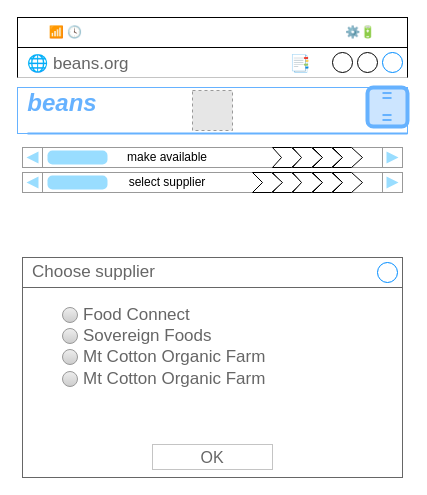
russellausterberry/beans keeps this draw.io diagram as page "select supplier" (2 of 9) of documentation/images/make available.drawio. Above is the earlier version. Source tidied: cells renumbered, new cells numbered last; positions are measured from the earlier drawing's top-left corner, leaving out a move shared by most shapes. Both pictures are drawn from the tidied source at 100%, with x=0, y=0 at pixel (17, 17). Pictures stored in the file or linked from it are replaced by grey dashed boxes.
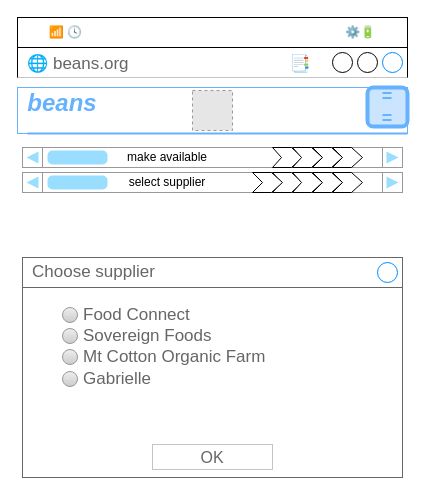
The same page after the edit.

Unchanged cells that the change refers to:
```xml
<mxCell id="26" style="group;" parent="22" vertex="1">
  <mxGeometry x="40" y="50" width="15" height="79" as="geometry" />
</mxCell>
```

The edit, as a diff of the source:
```diff
@@
-    <mxCell id="30" value="Mt Cotton Organic Farm" style="shape=ellipse;fillColor=#eeeeee;strokeColor=#999999;gradientColor=#cccccc;html=1;align=left;spacingLeft=4;fontSize=17;fontColor=#666666;labelPosition=right;shadow=0;" parent="26" vertex="1">
+    <mxCell id="30" value="Gabrielle" style="shape=ellipse;fillColor=#eeeeee;strokeColor=#999999;gradientColor=#cccccc;html=1;align=left;spacingLeft=4;fontSize=17;fontColor=#666666;labelPosition=right;shadow=0;" parent="26" vertex="1">
       <mxGeometry y="64" width="15" height="15" as="geometry" />
     </mxCell>
```
